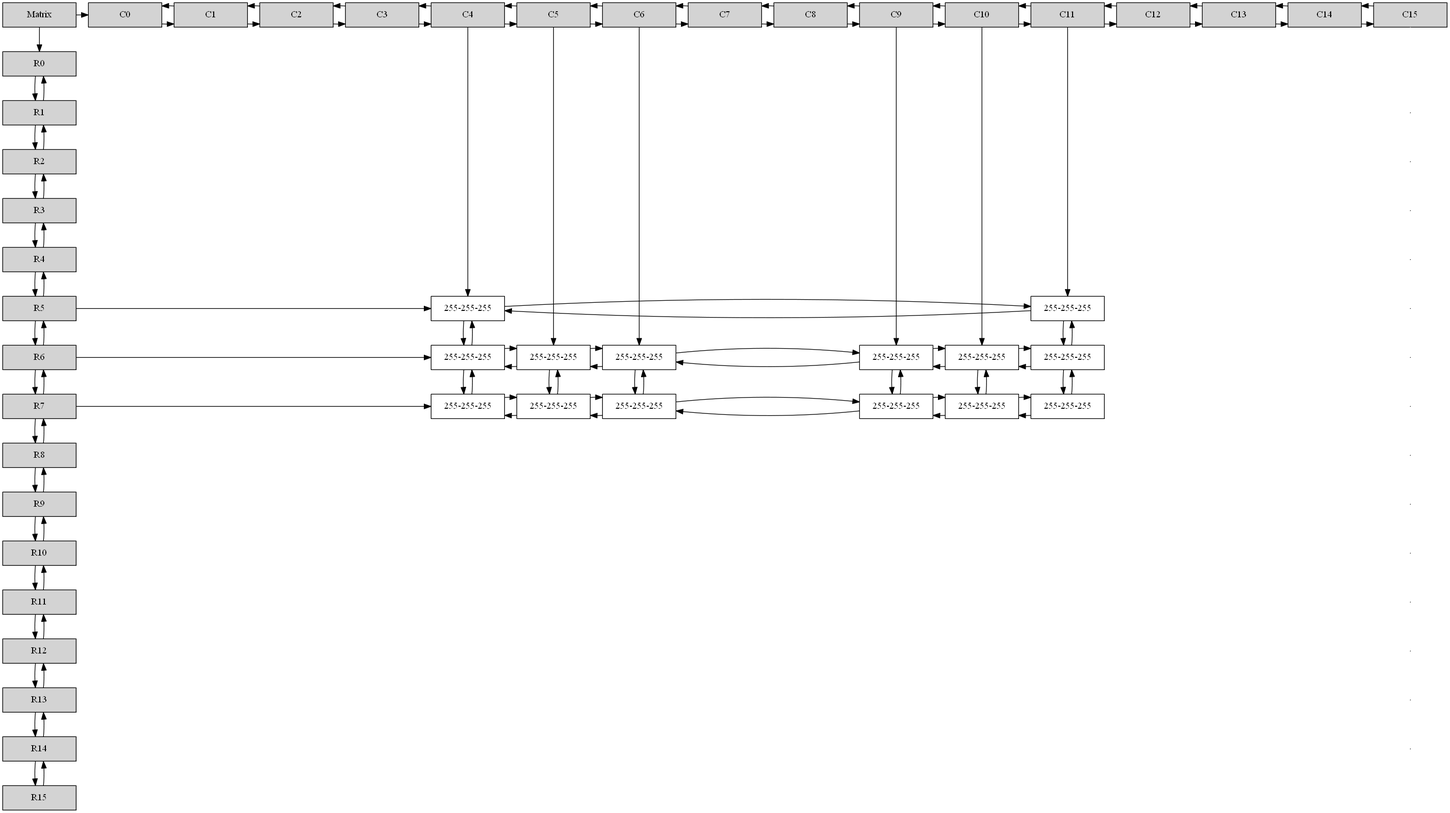
The Graphviz diagram Structures/eyes.png in deathstroke021/EDD_2S2019_PY1_201503961, before a commit. Its source is kept beside it as Structures/eyes.dot. Source of this version:
```dot
digraph Sparce_Matrix {
node [shape=box]
Mt[ label = "Matrix", width = 1.5, style = filled, group = 1 ];
e0[ shape = point, width = 0 ];
e1[ shape = point, width = 0 ];
e2[ shape = point, width = 0 ];
e3[ shape = point, width = 0 ];
e4[ shape = point, width = 0 ];
e5[ shape = point, width = 0 ];
e6[ shape = point, width = 0 ];
e7[ shape = point, width = 0 ];
e8[ shape = point, width = 0 ];
e9[ shape = point, width = 0 ];
e10[ shape = point, width = 0 ];
e11[ shape = point, width = 0 ];
e12[ shape = point, width = 0 ];
e13[ shape = point, width = 0 ];
A0[label ="C0" width = 1.5 style = filled, group =2];
A0->A1;
A1[label ="C1" width = 1.5 style = filled, group =3];
A1->A2;
A1->A0;
A2[label ="C2" width = 1.5 style = filled, group =4];
A2->A3;
A2->A1;
A3[label ="C3" width = 1.5 style = filled, group =5];
A3->A4;
A3->A2;
A4[label ="C4" width = 1.5 style = filled, group =6];
A4->A5;
A4->A3;
A5[label ="C5" width = 1.5 style = filled, group =7];
A5->A6;
A5->A4;
A6[label ="C6" width = 1.5 style = filled, group =8];
A6->A7;
A6->A5;
A7[label ="C7" width = 1.5 style = filled, group =9];
A7->A8;
A7->A6;
A8[label ="C8" width = 1.5 style = filled, group =10];
A8->A9;
A8->A7;
A9[label ="C9" width = 1.5 style = filled, group =11];
A9->A10;
A9->A8;
A10[label ="C10" width = 1.5 style = filled, group =12];
A10->A11;
A10->A9;
A11[label ="C11" width = 1.5 style = filled, group =13];
A11->A12;
A11->A10;
A12[label ="C12" width = 1.5 style = filled, group =14];
A12->A13;
A12->A11;
A13[label ="C13" width = 1.5 style = filled, group =15];
A13->A14;
A13->A12;
A14[label ="C14" width = 1.5 style = filled, group =16];
A14->A15;
A14->A13;
A15[label ="C15" width = 1.5 style = filled, group =17];
A15->A14;
{ rank = same; Mt; A0; A1; A2; A3; A4; A5; A6; A7; A8; A9; A10; A11; A12; A13; A14; A15; }
U0[label = "R0"    width = 1.5 style = filled, group = 1 ];
U0->U1;
U1[label = "R1"    width = 1.5 style = filled, group = 1 ];
U1->U2;
U1->U0;
U2[label = "R2"    width = 1.5 style = filled, group = 1 ];
U2->U3;
U2->U1;
U3[label = "R3"    width = 1.5 style = filled, group = 1 ];
U3->U4;
U3->U2;
U4[label = "R4"    width = 1.5 style = filled, group = 1 ];
U4->U5;
U4->U3;
U5[label = "R5"    width = 1.5 style = filled, group = 1 ];
U5->U6;
U5->U4;
N4_L5 [label = "255-255-255" width = 1.5, group =6];
U5 -> N4_L5;
A4 -> N4_L5;
N11_L5 [label = "255-255-255" width = 1.5, group =13];
N11_L5 -> N4_L5;
N4_L5 -> N11_L5;
A11 -> N11_L5;
{ rank = same; U5;N4_L5;N11_L5;}
U6[label = "R6"    width = 1.5 style = filled, group = 1 ];
U6->U7;
U6->U5;
N4_L6 [label = "255-255-255" width = 1.5, group =6];
U6 -> N4_L6;
N4_L6 -> N4_L5;
N4_L5 -> N4_L6;
N5_L6 [label = "255-255-255" width = 1.5, group =7];
N5_L6 -> N4_L6;
N4_L6 -> N5_L6;
A5 -> N5_L6;
N6_L6 [label = "255-255-255" width = 1.5, group =8];
N6_L6 -> N5_L6;
N5_L6 -> N6_L6;
A6 -> N6_L6;
N9_L6 [label = "255-255-255" width = 1.5, group =11];
N9_L6 -> N6_L6;
N6_L6 -> N9_L6;
A9 -> N9_L6;
N10_L6 [label = "255-255-255" width = 1.5, group =12];
N10_L6 -> N9_L6;
N9_L6 -> N10_L6;
A10 -> N10_L6;
N11_L6 [label = "255-255-255" width = 1.5, group =13];
N11_L6 -> N10_L6;
N10_L6 -> N11_L6;
N11_L6 -> N11_L5;
N11_L5 -> N11_L6;
{ rank = same; U6;N4_L6;N5_L6;N6_L6;N9_L6;N10_L6;N11_L6;}
U7[label = "R7"    width = 1.5 style = filled, group = 1 ];
U7->U8;
U7->U6;
N4_L7 [label = "255-255-255" width = 1.5, group =6];
U7 -> N4_L7;
N4_L7 -> N4_L6;
N4_L6 -> N4_L7;
N5_L7 [label = "255-255-255" width = 1.5, group =7];
N5_L7 -> N4_L7;
N4_L7 -> N5_L7;
N5_L7 -> N5_L6;
N5_L6 -> N5_L7;
N6_L7 [label = "255-255-255" width = 1.5, group =8];
N6_L7 -> N5_L7;
N5_L7 -> N6_L7;
N6_L7 -> N6_L6;
N6_L6 -> N6_L7;
N9_L7 [label = "255-255-255" width = 1.5, group =11];
N9_L7 -> N6_L7;
N6_L7 -> N9_L7;
N9_L7 -> N9_L6;
N9_L6 -> N9_L7;
N10_L7 [label = "255-255-255" width = 1.5, group =12];
N10_L7 -> N9_L7;
N9_L7 -> N10_L7;
N10_L7 -> N10_L6;
N10_L6 -> N10_L7;
N11_L7 [label = "255-255-255" width = 1.5, group =13];
N11_L7 -> N10_L7;
N10_L7 -> N11_L7;
N11_L7 -> N11_L6;
N11_L6 -> N11_L7;
{ rank = same; U7;N4_L7;N5_L7;N6_L7;N9_L7;N10_L7;N11_L7;}
U8[label = "R8"    width = 1.5 style = filled, group = 1 ];
U8->U9;
U8->U7;
U9[label = "R9"    width = 1.5 style = filled, group = 1 ];
U9->U10;
U9->U8;
U10[label = "R10"    width = 1.5 style = filled, group = 1 ];
U10->U11;
U10->U9;
U11[label = "R11"    width = 1.5 style = filled, group = 1 ];
U11->U12;
U11->U10;
U12[label = "R12"    width = 1.5 style = filled, group = 1 ];
U12->U13;
U12->U11;
U13[label = "R13"    width = 1.5 style = filled, group = 1 ];
U13->U14;
U13->U12;
U14[label = "R14"    width = 1.5 style = filled, group = 1 ];
U14->U15;
U14->U13;
U15[label = "R15"    width = 1.5 style = filled, group = 1 ];
U15->U14;
Mt->U0;
Mt->A0;
{ rank = same; U1; e0}
{ rank = same; U2; e1}
{ rank = same; U3; e2}
{ rank = same; U4; e3}
{ rank = same; U5; e4}
{ rank = same; U6; e5}
{ rank = same; U7; e6}
{ rank = same; U8; e7}
{ rank = same; U9; e8}
{ rank = same; U10; e9}
{ rank = same; U11; e10}
{ rank = same; U12; e11}
{ rank = same; U13; e12}
{ rank = same; U14; e13}
A15-> e0[ dir = none, color = "white" ];
e0-> e1[ dir = none, color = "white" ];
e1-> e2[ dir = none, color = "white" ];
e2-> e3[ dir = none, color = "white" ];
e3-> e4[ dir = none, color = "white" ];
e4-> e5[ dir = none, color = "white" ];
e5-> e6[ dir = none, color = "white" ];
e6-> e7[ dir = none, color = "white" ];
e7-> e8[ dir = none, color = "white" ];
e8-> e9[ dir = none, color = "white" ];
e9-> e10[ dir = none, color = "white" ];
e10-> e11[ dir = none, color = "white" ];
e11-> e12[ dir = none, color = "white" ];
e12-> e13[ dir = none, color = "white" ];
}
```
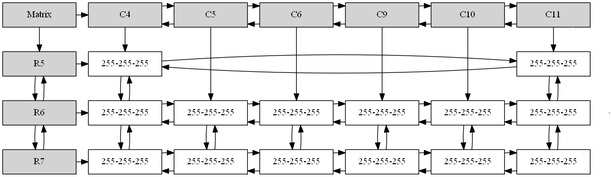
After the commit.

Change to the diagram source:
```diff
@@ -2,83 +2,8 @@
 node [shape=box]
 Mt[ label = "Matrix", width = 1.5, style = filled, group = 1 ];
 e0[ shape = point, width = 0 ];
-e1[ shape = point, width = 0 ];
-e2[ shape = point, width = 0 ];
-e3[ shape = point, width = 0 ];
-e4[ shape = point, width = 0 ];
-e5[ shape = point, width = 0 ];
-e6[ shape = point, width = 0 ];
-e7[ shape = point, width = 0 ];
-e8[ shape = point, width = 0 ];
-e9[ shape = point, width = 0 ];
-e10[ shape = point, width = 0 ];
-e11[ shape = point, width = 0 ];
-e12[ shape = point, width = 0 ];
-e13[ shape = point, width = 0 ];
-A0[label ="C0" width = 1.5 style = filled, group =2];
-A0->A1;
-A1[label ="C1" width = 1.5 style = filled, group =3];
-A1->A2;
-A1->A0;
-A2[label ="C2" width = 1.5 style = filled, group =4];
-A2->A3;
-A2->A1;
-A3[label ="C3" width = 1.5 style = filled, group =5];
-A3->A4;
-A3->A2;
-A4[label ="C4" width = 1.5 style = filled, group =6];
-A4->A5;
-A4->A3;
-A5[label ="C5" width = 1.5 style = filled, group =7];
-A5->A6;
-A5->A4;
-A6[label ="C6" width = 1.5 style = filled, group =8];
-A6->A7;
-A6->A5;
-A7[label ="C7" width = 1.5 style = filled, group =9];
-A7->A8;
-A7->A6;
-A8[label ="C8" width = 1.5 style = filled, group =10];
-A8->A9;
-A8->A7;
-A9[label ="C9" width = 1.5 style = filled, group =11];
-A9->A10;
-A9->A8;
-A10[label ="C10" width = 1.5 style = filled, group =12];
-A10->A11;
-A10->A9;
-A11[label ="C11" width = 1.5 style = filled, group =13];
-A11->A12;
-A11->A10;
-A12[label ="C12" width = 1.5 style = filled, group =14];
-A12->A13;
-A12->A11;
-A13[label ="C13" width = 1.5 style = filled, group =15];
-A13->A14;
-A13->A12;
-A14[label ="C14" width = 1.5 style = filled, group =16];
-A14->A15;
-A14->A13;
-A15[label ="C15" width = 1.5 style = filled, group =17];
-A15->A14;
-{ rank = same; Mt; A0; A1; A2; A3; A4; A5; A6; A7; A8; A9; A10; A11; A12; A13; A14; A15; }
-U0[label = "R0"    width = 1.5 style = filled, group = 1 ];
-U0->U1;
-U1[label = "R1"    width = 1.5 style = filled, group = 1 ];
-U1->U2;
-U1->U0;
-U2[label = "R2"    width = 1.5 style = filled, group = 1 ];
-U2->U3;
-U2->U1;
-U3[label = "R3"    width = 1.5 style = filled, group = 1 ];
-U3->U4;
-U3->U2;
-U4[label = "R4"    width = 1.5 style = filled, group = 1 ];
-U4->U5;
-U4->U3;
 U5[label = "R5"    width = 1.5 style = filled, group = 1 ];
-U5->U6;
-U5->U4;
+Mt->U5;
 N4_L5 [label = "255-255-255" width = 1.5, group =6];
 U5 -> N4_L5;
 A4 -> N4_L5;
@@ -88,8 +13,8 @@
 A11 -> N11_L5;
 { rank = same; U5;N4_L5;N11_L5;}
 U6[label = "R6"    width = 1.5 style = filled, group = 1 ];
-U6->U7;
-U6->U5;
+U6 -> U5;
+U5 -> U6;
 N4_L6 [label = "255-255-255" width = 1.5, group =6];
 U6 -> N4_L6;
 N4_L6 -> N4_L5;
@@ -117,8 +42,9 @@
 N11_L5 -> N11_L6;
 { rank = same; U6;N4_L6;N5_L6;N6_L6;N9_L6;N10_L6;N11_L6;}
 U7[label = "R7"    width = 1.5 style = filled, group = 1 ];
-U7->U8;
-U7->U6;
+U7 -> U6;
+U6 -> U7;
+{ rank = same; U6; e0}
 N4_L7 [label = "255-255-255" width = 1.5, group =6];
 U7 -> N4_L7;
 N4_L7 -> N4_L6;
@@ -149,57 +75,23 @@
 N11_L7 -> N11_L6;
 N11_L6 -> N11_L7;
 { rank = same; U7;N4_L7;N5_L7;N6_L7;N9_L7;N10_L7;N11_L7;}
-U8[label = "R8"    width = 1.5 style = filled, group = 1 ];
-U8->U9;
-U8->U7;
-U9[label = "R9"    width = 1.5 style = filled, group = 1 ];
-U9->U10;
-U9->U8;
-U10[label = "R10"    width = 1.5 style = filled, group = 1 ];
-U10->U11;
-U10->U9;
-U11[label = "R11"    width = 1.5 style = filled, group = 1 ];
-U11->U12;
-U11->U10;
-U12[label = "R12"    width = 1.5 style = filled, group = 1 ];
-U12->U13;
-U12->U11;
-U13[label = "R13"    width = 1.5 style = filled, group = 1 ];
-U13->U14;
-U13->U12;
-U14[label = "R14"    width = 1.5 style = filled, group = 1 ];
-U14->U15;
-U14->U13;
-U15[label = "R15"    width = 1.5 style = filled, group = 1 ];
-U15->U14;
-Mt->U0;
-Mt->A0;
-{ rank = same; U1; e0}
-{ rank = same; U2; e1}
-{ rank = same; U3; e2}
-{ rank = same; U4; e3}
-{ rank = same; U5; e4}
-{ rank = same; U6; e5}
-{ rank = same; U7; e6}
-{ rank = same; U8; e7}
-{ rank = same; U9; e8}
-{ rank = same; U10; e9}
-{ rank = same; U11; e10}
-{ rank = same; U12; e11}
-{ rank = same; U13; e12}
-{ rank = same; U14; e13}
-A15-> e0[ dir = none, color = "white" ];
-e0-> e1[ dir = none, color = "white" ];
-e1-> e2[ dir = none, color = "white" ];
-e2-> e3[ dir = none, color = "white" ];
-e3-> e4[ dir = none, color = "white" ];
-e4-> e5[ dir = none, color = "white" ];
-e5-> e6[ dir = none, color = "white" ];
-e6-> e7[ dir = none, color = "white" ];
-e7-> e8[ dir = none, color = "white" ];
-e8-> e9[ dir = none, color = "white" ];
-e9-> e10[ dir = none, color = "white" ];
-e10-> e11[ dir = none, color = "white" ];
-e11-> e12[ dir = none, color = "white" ];
-e12-> e13[ dir = none, color = "white" ];
+A4[label ="C4" width = 1.5 style = filled, group =2];
+Mt->A4;
+A5[label ="C5" width = 1.5 style = filled, group =3];
+A5->A4;
+A4->A5;
+A6[label ="C6" width = 1.5 style = filled, group =4];
+A6->A5;
+A5->A6;
+A9[label ="C9" width = 1.5 style = filled, group =5];
+A9->A6;
+A6->A9;
+A10[label ="C10" width = 1.5 style = filled, group =6];
+A10->A9;
+A9->A10;
+A11[label ="C11" width = 1.5 style = filled, group =7];
+A11->A10;
+A10->A11;
+{ rank = same; Mt; A4; A5; A6; A9; A10; A11; }
+A11-> e0[ dir = none, color = "white" ];
 }
```
